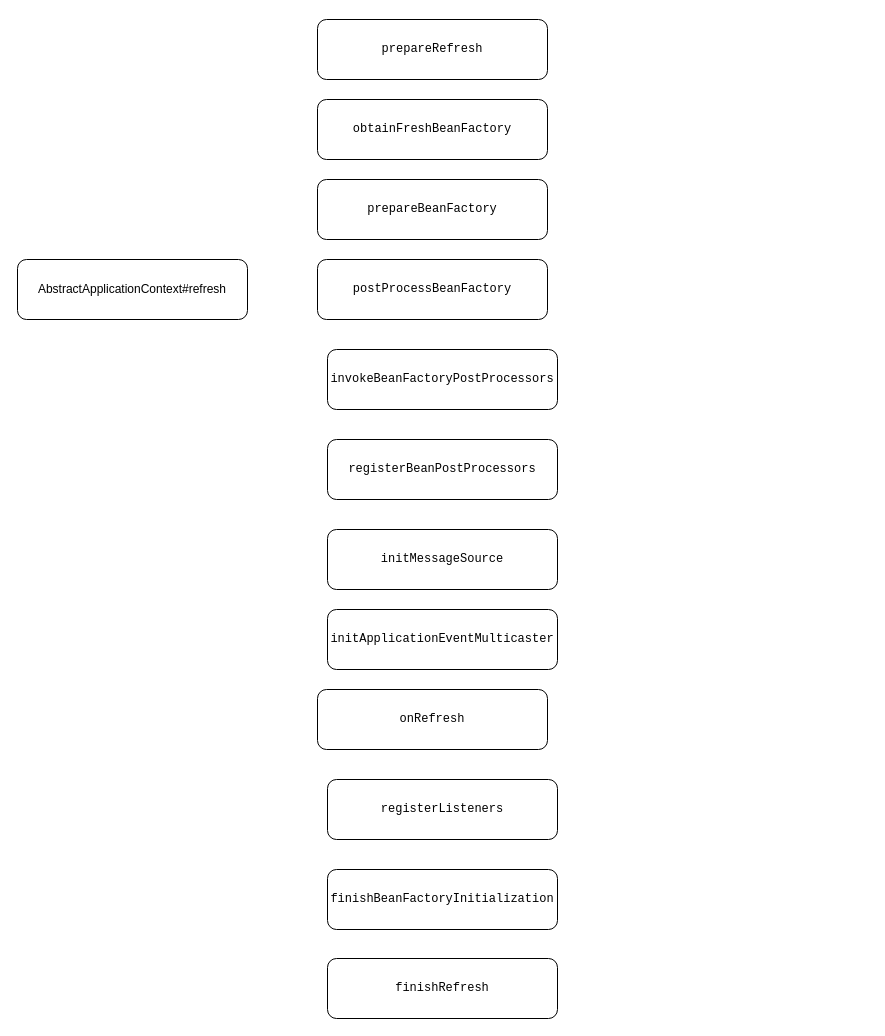
This is spring/spring容器启动流程.drawio from erlieStar/diagrams, a draw.io file, before an edit. Source tidied: cells renumbered, new cells numbered last; positions are measured from the earlier drawing's top-left corner, leaving out a move shared by most shapes. Both pictures are drawn from the tidied source at 100%, with x=0, y=0 at pixel (17, 19).
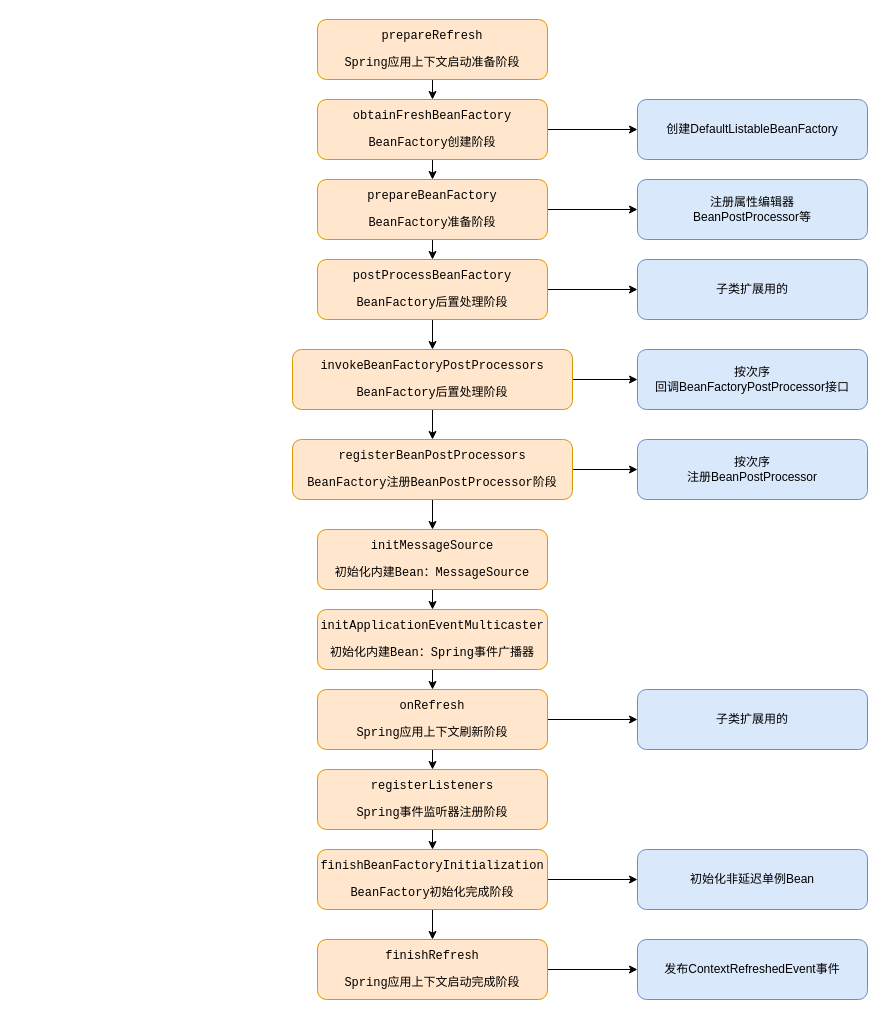
After the change.

Commit message:
Update spring容器启动流程.drawio

What changed in the source:
```diff
@@
-    <mxCell id="2" value="AbstractApplicationContext#refresh" style="rounded=1;whiteSpace=wrap;html=1;" parent="1" vertex="1">
-      <mxGeometry y="240" width="230" height="60" as="geometry" />
-    </mxCell>
+    <mxCell id="15" style="edgeStyle=orthogonalEdgeStyle;rounded=0;jettySize=auto;html=1;exitX=0.5;exitY=1;exitDx=0;exitDy=0;entryX=0.5;entryY=0;entryDx=0;entryDy=0;" parent="1" edge="1" source="3" target="4">
+      <mxGeometry relative="1" as="geometry" />
+    </mxCell>
-    <mxCell id="3" value="&lt;pre&gt;prepareRefresh&lt;/pre&gt;" style="rounded=1;whiteSpace=wrap;html=1;" parent="1" vertex="1">
+    <mxCell id="3" value="&lt;pre&gt;prepareRefresh&lt;/pre&gt;&lt;pre&gt;Spring应用上下文启动准备阶段&lt;/pre&gt;" style="rounded=1;whiteSpace=wrap;html=1;fillColor=#ffe6cc;strokeColor=#d79b00;" parent="1" vertex="1">
       <mxGeometry x="300" width="230" height="60" as="geometry" />
     </mxCell>
+    <mxCell id="16" style="edgeStyle=orthogonalEdgeStyle;rounded=0;jettySize=auto;html=1;exitX=0.5;exitY=1;exitDx=0;exitDy=0;entryX=0.5;entryY=0;entryDx=0;entryDy=0;" parent="1" edge="1" source="4" target="5">
+      <mxGeometry relative="1" as="geometry" />
+    </mxCell>
+    <mxCell id="17" style="edgeStyle=orthogonalEdgeStyle;rounded=0;jettySize=auto;html=1;exitX=1;exitY=0.5;exitDx=0;exitDy=0;entryX=0;entryY=0.5;entryDx=0;entryDy=0;" parent="1" edge="1" source="4" target="34">
+      <mxGeometry relative="1" as="geometry" />
+    </mxCell>
-    <mxCell id="4" value="&lt;pre&gt;&lt;pre&gt;obtainFreshBeanFactory&lt;/pre&gt;&lt;/pre&gt;" style="rounded=1;whiteSpace=wrap;html=1;" parent="1" vertex="1">
+    <mxCell id="4" value="&lt;pre&gt;&lt;pre&gt;obtainFreshBeanFactory&lt;/pre&gt;&lt;pre&gt;BeanFactory创建阶段&lt;/pre&gt;&lt;/pre&gt;" style="rounded=1;whiteSpace=wrap;html=1;fillColor=#ffe6cc;strokeColor=#d79b00;" parent="1" vertex="1">
       <mxGeometry x="300" y="80" width="230" height="60" as="geometry" />
     </mxCell>
+    <mxCell id="18" style="edgeStyle=orthogonalEdgeStyle;rounded=0;jettySize=auto;html=1;exitX=0.5;exitY=1;exitDx=0;exitDy=0;entryX=0.5;entryY=0;entryDx=0;entryDy=0;" parent="1" edge="1" source="5" target="6">
+      <mxGeometry relative="1" as="geometry" />
+    </mxCell>
+    <mxCell id="19" style="edgeStyle=orthogonalEdgeStyle;rounded=0;jettySize=auto;html=1;exitX=1;exitY=0.5;exitDx=0;exitDy=0;entryX=0;entryY=0.5;entryDx=0;entryDy=0;" parent="1" edge="1" source="5" target="35">
+      <mxGeometry relative="1" as="geometry" />
+    </mxCell>
-    <mxCell id="5" value="&lt;pre&gt;&lt;pre&gt;prepareBeanFactory&lt;/pre&gt;&lt;/pre&gt;" style="rounded=1;whiteSpace=wrap;html=1;" parent="1" vertex="1">
+    <mxCell id="5" value="&lt;pre&gt;&lt;pre&gt;prepareBeanFactory&lt;/pre&gt;&lt;pre&gt;BeanFactory准备阶段&lt;br&gt;&lt;/pre&gt;&lt;/pre&gt;" style="rounded=1;whiteSpace=wrap;html=1;fillColor=#ffe6cc;strokeColor=#d79b00;" parent="1" vertex="1">
       <mxGeometry x="300" y="160" width="230" height="60" as="geometry" />
     </mxCell>
+    <mxCell id="20" style="edgeStyle=orthogonalEdgeStyle;rounded=0;jettySize=auto;html=1;exitX=0.5;exitY=1;exitDx=0;exitDy=0;entryX=0.5;entryY=0;entryDx=0;entryDy=0;" parent="1" edge="1" source="6" target="7">
+      <mxGeometry relative="1" as="geometry" />
+    </mxCell>
+    <mxCell id="21" style="edgeStyle=orthogonalEdgeStyle;rounded=0;jettySize=auto;html=1;exitX=1;exitY=0.5;exitDx=0;exitDy=0;entryX=0;entryY=0.5;entryDx=0;entryDy=0;" parent="1" edge="1" source="6" target="36">
+      <mxGeometry relative="1" as="geometry" />
+    </mxCell>
-    <mxCell id="6" value="&lt;pre&gt;&lt;pre&gt;postProcessBeanFactory&lt;/pre&gt;&lt;/pre&gt;" style="rounded=1;whiteSpace=wrap;html=1;" parent="1" vertex="1">
+    <mxCell id="6" value="&lt;pre&gt;&lt;pre&gt;postProcessBeanFactory&lt;/pre&gt;&lt;pre&gt;BeanFactory后置处理阶段&lt;br&gt;&lt;/pre&gt;&lt;/pre&gt;" style="rounded=1;whiteSpace=wrap;html=1;fillColor=#ffe6cc;strokeColor=#d79b00;" parent="1" vertex="1">
       <mxGeometry x="300" y="240" width="230" height="60" as="geometry" />
     </mxCell>
+    <mxCell id="22" style="edgeStyle=orthogonalEdgeStyle;rounded=0;jettySize=auto;html=1;exitX=0.5;exitY=1;exitDx=0;exitDy=0;entryX=0.5;entryY=0;entryDx=0;entryDy=0;" parent="1" edge="1" source="7" target="8">
+      <mxGeometry relative="1" as="geometry" />
+    </mxCell>
+    <mxCell id="23" style="edgeStyle=orthogonalEdgeStyle;rounded=0;jettySize=auto;html=1;exitX=1;exitY=0.5;exitDx=0;exitDy=0;entryX=0;entryY=0.5;entryDx=0;entryDy=0;" parent="1" edge="1" source="7" target="37">
+      <mxGeometry relative="1" as="geometry" />
+    </mxCell>
-    <mxCell id="7" value="&lt;pre&gt;&lt;pre&gt;&lt;pre&gt;invokeBeanFactoryPostProcessors&lt;/pre&gt;&lt;/pre&gt;&lt;/pre&gt;" style="rounded=1;whiteSpace=wrap;html=1;" parent="1" vertex="1">
-      <mxGeometry x="310" y="330" width="230" height="60" as="geometry" />
+    <mxCell id="7" value="&lt;pre&gt;&lt;pre&gt;&lt;pre&gt;invokeBeanFactoryPostProcessors&lt;/pre&gt;&lt;pre&gt;BeanFactory后置处理阶段&lt;/pre&gt;&lt;/pre&gt;&lt;/pre&gt;" style="rounded=1;whiteSpace=wrap;html=1;fillColor=#ffe6cc;strokeColor=#d79b00;" parent="1" vertex="1">
+      <mxGeometry x="275" y="330" width="280" height="60" as="geometry" />
     </mxCell>
+    <mxCell id="24" style="edgeStyle=orthogonalEdgeStyle;rounded=0;jettySize=auto;html=1;exitX=0.5;exitY=1;exitDx=0;exitDy=0;entryX=0.5;entryY=0;entryDx=0;entryDy=0;" parent="1" edge="1" source="8" target="9">
+      <mxGeometry relative="1" as="geometry" />
+    </mxCell>
+    <mxCell id="25" style="edgeStyle=orthogonalEdgeStyle;rounded=0;jettySize=auto;html=1;exitX=1;exitY=0.5;exitDx=0;exitDy=0;entryX=0;entryY=0.5;entryDx=0;entryDy=0;" parent="1" edge="1" source="8" target="38">
+      <mxGeometry relative="1" as="geometry" />
+    </mxCell>
-    <mxCell id="8" value="&lt;pre&gt;&lt;pre&gt;&lt;pre&gt;&lt;pre&gt;registerBeanPostProcessors&lt;/pre&gt;&lt;/pre&gt;&lt;/pre&gt;&lt;/pre&gt;" style="rounded=1;whiteSpace=wrap;html=1;" parent="1" vertex="1">
-      <mxGeometry x="310" y="420" width="230" height="60" as="geometry" />
+    <mxCell id="8" value="&lt;pre&gt;&lt;pre&gt;&lt;pre&gt;&lt;pre&gt;registerBeanPostProcessors&lt;/pre&gt;&lt;pre&gt;BeanFactory注册BeanPostProcessor阶段&lt;br&gt;&lt;/pre&gt;&lt;/pre&gt;&lt;/pre&gt;&lt;/pre&gt;" style="rounded=1;whiteSpace=wrap;html=1;fillColor=#ffe6cc;strokeColor=#d79b00;" parent="1" vertex="1">
+      <mxGeometry x="275" y="420" width="280" height="60" as="geometry" />
     </mxCell>
+    <mxCell id="26" style="edgeStyle=orthogonalEdgeStyle;rounded=0;jettySize=auto;html=1;exitX=0.5;exitY=1;exitDx=0;exitDy=0;entryX=0.5;entryY=0;entryDx=0;entryDy=0;" parent="1" edge="1" source="9" target="10">
+      <mxGeometry relative="1" as="geometry" />
+    </mxCell>
-    <mxCell id="9" value="&lt;pre&gt;&lt;pre&gt;&lt;pre&gt;&lt;pre&gt;&lt;pre&gt;initMessageSource&lt;/pre&gt;&lt;/pre&gt;&lt;/pre&gt;&lt;/pre&gt;&lt;/pre&gt;" style="rounded=1;whiteSpace=wrap;html=1;" parent="1" vertex="1">
-      <mxGeometry x="310" y="510" width="230" height="60" as="geometry" />
+    <mxCell id="9" value="&lt;pre&gt;&lt;pre&gt;&lt;pre&gt;&lt;pre&gt;&lt;pre&gt;initMessageSource&lt;/pre&gt;&lt;pre&gt;初始化内建Bean：MessageSource&lt;br&gt;&lt;/pre&gt;&lt;/pre&gt;&lt;/pre&gt;&lt;/pre&gt;&lt;/pre&gt;" style="rounded=1;whiteSpace=wrap;html=1;fillColor=#ffe6cc;strokeColor=#d79b00;" parent="1" vertex="1">
+      <mxGeometry x="300" y="510" width="230" height="60" as="geometry" />
     </mxCell>
+    <mxCell id="27" style="edgeStyle=orthogonalEdgeStyle;rounded=0;jettySize=auto;html=1;exitX=0.5;exitY=1;exitDx=0;exitDy=0;entryX=0.5;entryY=0;entryDx=0;entryDy=0;" parent="1" edge="1" source="10" target="11">
+      <mxGeometry relative="1" as="geometry" />
+    </mxCell>
-    <mxCell id="10" value="&lt;pre&gt;&lt;pre&gt;&lt;pre&gt;&lt;pre&gt;&lt;pre&gt;&lt;pre&gt;initApplicationEventMulticaster&lt;/pre&gt;&lt;/pre&gt;&lt;/pre&gt;&lt;/pre&gt;&lt;/pre&gt;&lt;/pre&gt;" style="rounded=1;whiteSpace=wrap;html=1;" parent="1" vertex="1">
-      <mxGeometry x="310" y="590" width="230" height="60" as="geometry" />
+    <mxCell id="10" value="&lt;pre&gt;&lt;pre&gt;&lt;pre&gt;&lt;pre&gt;&lt;pre&gt;&lt;pre&gt;initApplicationEventMulticaster&lt;/pre&gt;&lt;pre&gt;初始化内建Bean：Spring事件广播器&lt;br&gt;&lt;/pre&gt;&lt;/pre&gt;&lt;/pre&gt;&lt;/pre&gt;&lt;/pre&gt;&lt;/pre&gt;" style="rounded=1;whiteSpace=wrap;html=1;fillColor=#ffe6cc;strokeColor=#d79b00;" parent="1" vertex="1">
+      <mxGeometry x="300" y="590" width="230" height="60" as="geometry" />
     </mxCell>
+    <mxCell id="28" style="edgeStyle=orthogonalEdgeStyle;rounded=0;jettySize=auto;html=1;exitX=0.5;exitY=1;exitDx=0;exitDy=0;entryX=0.5;entryY=0;entryDx=0;entryDy=0;" parent="1" edge="1" source="11" target="12">
+      <mxGeometry relative="1" as="geometry" />
+    </mxCell>
+    <mxCell id="29" style="edgeStyle=orthogonalEdgeStyle;rounded=0;jettySize=auto;html=1;exitX=1;exitY=0.5;exitDx=0;exitDy=0;entryX=0;entryY=0.5;entryDx=0;entryDy=0;" parent="1" edge="1" source="11" target="39">
+      <mxGeometry relative="1" as="geometry" />
+    </mxCell>
-    <mxCell id="11" value="&lt;pre&gt;&lt;pre&gt;&lt;pre&gt;&lt;pre&gt;&lt;pre&gt;&lt;pre&gt;onRefresh&lt;/pre&gt;&lt;/pre&gt;&lt;/pre&gt;&lt;/pre&gt;&lt;/pre&gt;&lt;/pre&gt;" style="rounded=1;whiteSpace=wrap;html=1;" parent="1" vertex="1">
+    <mxCell id="11" value="&lt;pre&gt;&lt;pre&gt;&lt;pre&gt;&lt;pre&gt;&lt;pre&gt;&lt;pre&gt;onRefresh&lt;/pre&gt;&lt;pre&gt;Spring应用上下文刷新阶段&lt;br&gt;&lt;/pre&gt;&lt;/pre&gt;&lt;/pre&gt;&lt;/pre&gt;&lt;/pre&gt;&lt;/pre&gt;" style="rounded=1;whiteSpace=wrap;html=1;fillColor=#ffe6cc;strokeColor=#d79b00;" parent="1" vertex="1">
       <mxGeometry x="300" y="670" width="230" height="60" as="geometry" />
     </mxCell>
+    <mxCell id="30" style="edgeStyle=orthogonalEdgeStyle;rounded=0;jettySize=auto;html=1;exitX=0.5;exitY=1;exitDx=0;exitDy=0;" parent="1" edge="1" source="12">
+      <mxGeometry relative="1" as="geometry">
+        <mxPoint x="415" y="830" as="targetPoint" />
+      </mxGeometry>
+    </mxCell>
-    <mxCell id="12" value="&lt;pre&gt;&lt;pre&gt;&lt;pre&gt;&lt;pre&gt;&lt;pre&gt;&lt;pre&gt;registerListeners&lt;/pre&gt;&lt;/pre&gt;&lt;/pre&gt;&lt;/pre&gt;&lt;/pre&gt;&lt;/pre&gt;" style="rounded=1;whiteSpace=wrap;html=1;" parent="1" vertex="1">
-      <mxGeometry x="310" y="760" width="230" height="60" as="geometry" />
+    <mxCell id="12" value="&lt;pre&gt;&lt;pre&gt;&lt;pre&gt;&lt;pre&gt;&lt;pre&gt;&lt;pre&gt;registerListeners&lt;/pre&gt;&lt;pre&gt;Spring事件监听器注册阶段&lt;br&gt;&lt;/pre&gt;&lt;/pre&gt;&lt;/pre&gt;&lt;/pre&gt;&lt;/pre&gt;&lt;/pre&gt;" style="rounded=1;whiteSpace=wrap;html=1;fillColor=#ffe6cc;strokeColor=#d79b00;" parent="1" vertex="1">
+      <mxGeometry x="300" y="750" width="230" height="60" as="geometry" />
     </mxCell>
+    <mxCell id="31" style="edgeStyle=orthogonalEdgeStyle;rounded=0;jettySize=auto;html=1;exitX=0.5;exitY=1;exitDx=0;exitDy=0;entryX=0.5;entryY=0;entryDx=0;entryDy=0;" parent="1" edge="1" source="13" target="14">
+      <mxGeometry relative="1" as="geometry" />
+    </mxCell>
+    <mxCell id="32" style="edgeStyle=orthogonalEdgeStyle;rounded=0;jettySize=auto;html=1;exitX=1;exitY=0.5;exitDx=0;exitDy=0;entryX=0;entryY=0.5;entryDx=0;entryDy=0;" parent="1" edge="1" source="13" target="40">
+      <mxGeometry relative="1" as="geometry" />
+    </mxCell>
-    <mxCell id="13" value="&lt;pre&gt;&lt;pre&gt;&lt;pre&gt;&lt;pre&gt;&lt;pre&gt;&lt;pre&gt;&lt;pre&gt;finishBeanFactoryInitialization&lt;/pre&gt;&lt;/pre&gt;&lt;/pre&gt;&lt;/pre&gt;&lt;/pre&gt;&lt;/pre&gt;&lt;/pre&gt;" style="rounded=1;whiteSpace=wrap;html=1;" parent="1" vertex="1">
-      <mxGeometry x="310" y="850" width="230" height="60" as="geometry" />
+    <mxCell id="13" value="&lt;pre&gt;&lt;pre&gt;&lt;pre&gt;&lt;pre&gt;&lt;pre&gt;&lt;pre&gt;&lt;pre&gt;finishBeanFactoryInitialization&lt;/pre&gt;&lt;pre&gt;BeanFactory初始化完成阶段&lt;br&gt;&lt;/pre&gt;&lt;/pre&gt;&lt;/pre&gt;&lt;/pre&gt;&lt;/pre&gt;&lt;/pre&gt;&lt;/pre&gt;" style="rounded=1;whiteSpace=wrap;html=1;fillColor=#ffe6cc;strokeColor=#d79b00;" parent="1" vertex="1">
+      <mxGeometry x="300" y="830" width="230" height="60" as="geometry" />
     </mxCell>
+    <mxCell id="33" style="edgeStyle=orthogonalEdgeStyle;rounded=0;jettySize=auto;html=1;exitX=1;exitY=0.5;exitDx=0;exitDy=0;entryX=0;entryY=0.5;entryDx=0;entryDy=0;" parent="1" edge="1" source="14" target="41">
+      <mxGeometry relative="1" as="geometry" />
+    </mxCell>
-    <mxCell id="14" value="&lt;pre&gt;&lt;pre&gt;&lt;pre&gt;&lt;pre&gt;&lt;pre&gt;&lt;pre&gt;&lt;pre&gt;&lt;pre&gt;finishRefresh&lt;/pre&gt;&lt;/pre&gt;&lt;/pre&gt;&lt;/pre&gt;&lt;/pre&gt;&lt;/pre&gt;&lt;/pre&gt;&lt;/pre&gt;" style="rounded=1;whiteSpace=wrap;html=1;" parent="1" vertex="1">
-      <mxGeometry x="310" y="939" width="230" height="60" as="geometry" />
+    <mxCell id="14" value="&lt;pre&gt;&lt;pre&gt;&lt;pre&gt;&lt;pre&gt;&lt;pre&gt;&lt;pre&gt;&lt;pre&gt;&lt;pre&gt;finishRefresh&lt;/pre&gt;&lt;pre&gt;Spring应用上下文启动完成阶段&lt;br&gt;&lt;/pre&gt;&lt;/pre&gt;&lt;/pre&gt;&lt;/pre&gt;&lt;/pre&gt;&lt;/pre&gt;&lt;/pre&gt;&lt;/pre&gt;" style="rounded=1;whiteSpace=wrap;html=1;fillColor=#ffe6cc;strokeColor=#d79b00;" parent="1" vertex="1">
+      <mxGeometry x="300" y="920" width="230" height="60" as="geometry" />
     </mxCell>
+    <mxCell id="34" value="创建DefaultListableBeanFactory" style="rounded=1;whiteSpace=wrap;html=1;fillColor=#dae8fc;strokeColor=#6c8ebf;" parent="1" vertex="1">
+      <mxGeometry x="620" y="80" width="230" height="60" as="geometry" />
+    </mxCell>
+    <mxCell id="35" value="注册属性编辑器&lt;br&gt;BeanPostProcessor等" style="rounded=1;whiteSpace=wrap;html=1;fillColor=#dae8fc;strokeColor=#6c8ebf;" parent="1" vertex="1">
+      <mxGeometry x="620" y="160" width="230" height="60" as="geometry" />
+    </mxCell>
+    <mxCell id="36" value="子类扩展用的" style="rounded=1;whiteSpace=wrap;html=1;fillColor=#dae8fc;strokeColor=#6c8ebf;" parent="1" vertex="1">
+      <mxGeometry x="620" y="240" width="230" height="60" as="geometry" />
+    </mxCell>
+    <mxCell id="37" value="按次序&lt;br&gt;回调BeanFactoryPostProcessor接口" style="rounded=1;whiteSpace=wrap;html=1;fillColor=#dae8fc;strokeColor=#6c8ebf;" parent="1" vertex="1">
+      <mxGeometry x="620" y="330" width="230" height="60" as="geometry" />
+    </mxCell>
+    <mxCell id="38" value="按次序&lt;br&gt;注册&lt;span&gt;BeanPostProcessor&lt;/span&gt;" style="rounded=1;whiteSpace=wrap;html=1;fillColor=#dae8fc;strokeColor=#6c8ebf;" parent="1" vertex="1">
+      <mxGeometry x="620" y="420" width="230" height="60" as="geometry" />
+    </mxCell>
+    <mxCell id="39" value="子类扩展用的" style="rounded=1;whiteSpace=wrap;html=1;fillColor=#dae8fc;strokeColor=#6c8ebf;" parent="1" vertex="1">
+      <mxGeometry x="620" y="670" width="230" height="60" as="geometry" />
+    </mxCell>
+    <mxCell id="40" value="初始化非延迟单例Bean" style="rounded=1;whiteSpace=wrap;html=1;fillColor=#dae8fc;strokeColor=#6c8ebf;" parent="1" vertex="1">
+      <mxGeometry x="620" y="830" width="230" height="60" as="geometry" />
+    </mxCell>
+    <mxCell id="41" value="发布ContextRefreshedEvent事件" style="rounded=1;whiteSpace=wrap;html=1;fillColor=#dae8fc;strokeColor=#6c8ebf;" parent="1" vertex="1">
+      <mxGeometry x="620" y="920" width="230" height="60" as="geometry" />
+    </mxCell>
```
